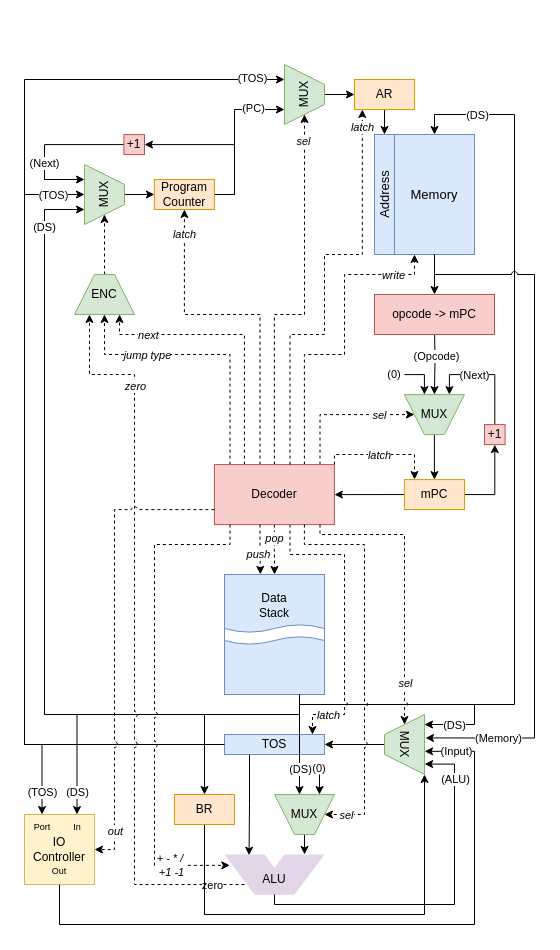
This is resources/arch.drawio from whatever125/stack_machine, a draw.io file, before an edit. Source tidied: cells renumbered, new cells numbered last; positions are measured from the earlier drawing's top-left corner, leaving out a move shared by most shapes. Both pictures are drawn from the tidied source at 100%, with x=0, y=0 at pixel (-6, 74).
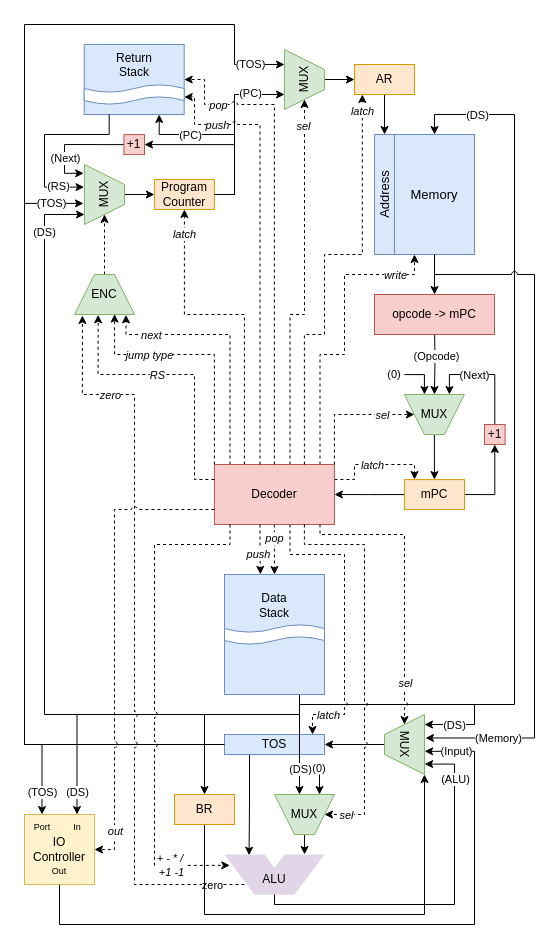
Above is the later version.

Commit message (it also covers changes not shown here):
add return stack

Unchanged cells that the change refers to:
```xml
<mxCell id="16" value="Program&lt;br&gt;Counter" style="rounded=0;whiteSpace=wrap;html=1;fillColor=#ffe6cc;strokeColor=#d79b00;" parent="1" vertex="1">
  <mxGeometry x="159.9" y="105" width="60" height="30" as="geometry" />
</mxCell>
<mxCell id="46" value="ALU" style="text;html=1;align=center;verticalAlign=middle;whiteSpace=wrap;rounded=0;" parent="43" vertex="1">
  <mxGeometry x="20" y="10" width="60" height="30" as="geometry" />
</mxCell>
<mxCell id="50" value="TOS" style="rounded=0;whiteSpace=wrap;html=1;fillColor=#dae8fc;strokeColor=#6c8ebf;gradientColor=none;strokeWidth=1;points=[[0,0,0,0,0],[0,0.25,0,0,0],[0,0.5,0,0,0],[0,0.75,0,0,0],[0,1,0,0,0],[0.25,0,0,0,0],[0.25,1,0,0,0],[0.5,0,0,0,0],[0.5,1,0,0,0],[0.75,0,0,0,0],[0.75,1,0,0,0],[0.88,0,0,0,0],[1,0,0,0,0],[1,0.25,0,0,0],[1,0.5,0,0,0],[1,0.75,0,0,0],[1,1,0,0,0]];" parent="1" vertex="1">
  <mxGeometry x="230" y="660" width="100" height="20" as="geometry" />
</mxCell>
<mxCell id="63" value="MUX" style="shape=trapezoid;perimeter=trapezoidPerimeter;whiteSpace=wrap;html=1;fixedSize=1;fillColor=#d5e8d4;strokeColor=#82b366;direction=west;rotation=-90;" parent="1" vertex="1">
  <mxGeometry x="80" y="100" width="60" height="40" as="geometry" />
</mxCell>
<mxCell id="72" value="Memory" style="rounded=0;whiteSpace=wrap;html=1;fontSize=13;fillColor=#dae8fc;strokeColor=#6c8ebf;" parent="71" vertex="1">
  <mxGeometry x="20" width="80" height="120" as="geometry" />
</mxCell>
<mxCell id="81" value="ENC" style="shape=trapezoid;perimeter=trapezoidPerimeter;whiteSpace=wrap;html=1;fixedSize=1;fillColor=#d5e8d4;strokeColor=#82b366;direction=east;" parent="1" vertex="1">
  <mxGeometry x="80" y="200" width="60" height="40" as="geometry" />
</mxCell>
<mxCell id="104" value="+1" style="rounded=0;whiteSpace=wrap;html=1;fillColor=#f8cecc;strokeColor=#b85450;" parent="1" vertex="1">
  <mxGeometry x="129.4" y="60.1" width="20.6" height="20" as="geometry" />
</mxCell>
```

The edit, as a diff of the source:
```diff
@@
     <mxCell id="2" style="edgeStyle=orthogonalEdgeStyle;rounded=0;jettySize=auto;html=1;exitX=0;exitY=0.5;exitDx=0;exitDy=0;entryX=0.25;entryY=1;entryDx=0;entryDy=0;" parent="1" edge="1" source="50" target="70">
       <mxGeometry relative="1" as="geometry">
         <Array as="points">
           <mxPoint x="30" y="670" />
-          <mxPoint x="30" y="5" />
+          <mxPoint x="30" y="-50" />
+          <mxPoint x="240" y="-50" />
+          <mxPoint x="240" y="-10" />
         </Array>
       </mxGeometry>
     </mxCell>
@@
-    <mxCell id="4" style="edgeStyle=orthogonalEdgeStyle;rounded=0;jettySize=auto;html=1;exitX=0;exitY=0.5;exitDx=0;exitDy=0;entryX=0.5;entryY=1;entryDx=0;entryDy=0;" parent="1" edge="1" source="50" target="63">
+    <mxCell id="4" style="edgeStyle=orthogonalEdgeStyle;rounded=0;jettySize=auto;html=1;exitX=0;exitY=0.5;exitDx=0;exitDy=0;entryX=0.648;entryY=1.025;entryDx=0;entryDy=0;entryPerimeter=0;" parent="1" edge="1" source="50" target="63">
       <mxGeometry relative="1" as="geometry">
         <Array as="points">
           <mxPoint x="30" y="670" />
-          <mxPoint x="30" y="120" />
+          <mxPoint x="30" y="129" />
         </Array>
       </mxGeometry>
     </mxCell>
@@
-    <mxCell id="6" style="edgeStyle=orthogonalEdgeStyle;rounded=0;jettySize=auto;html=1;exitX=0.75;exitY=1;exitDx=0;exitDy=0;entryX=0.75;entryY=1;entryDx=0;entryDy=0;jumpStyle=none;" parent="1" edge="1" source="52" target="63">
+    <mxCell id="6" style="edgeStyle=orthogonalEdgeStyle;rounded=0;jettySize=auto;html=1;exitX=0.75;exitY=1;exitDx=0;exitDy=0;jumpStyle=none;entryX=0.834;entryY=1;entryDx=0;entryDy=0;entryPerimeter=0;" parent="1" edge="1" source="52" target="63">
       <mxGeometry relative="1" as="geometry">
         <Array as="points">
           <mxPoint x="305" y="640" />
           <mxPoint x="50" y="640" />
-          <mxPoint x="50" y="135" />
+          <mxPoint x="50" y="140" />
         </Array>
       </mxGeometry>
     </mxCell>
@@
     <mxCell id="13" style="edgeStyle=orthogonalEdgeStyle;rounded=0;jettySize=auto;html=1;exitX=1;exitY=0.5;exitDx=0;exitDy=0;entryX=0.75;entryY=1;entryDx=0;entryDy=0;" parent="1" edge="1" source="16" target="70">
       <mxGeometry relative="1" as="geometry">
         <Array as="points">
           <mxPoint x="240" y="120" />
-          <mxPoint x="240" y="35" />
+          <mxPoint x="240" y="20" />
         </Array>
       </mxGeometry>
     </mxCell>
@@
-    <mxCell id="24" style="edgeStyle=orthogonalEdgeStyle;rounded=0;jettySize=auto;html=1;exitX=0.5;exitY=0;exitDx=0;exitDy=0;entryX=1;entryY=0.5;entryDx=0;entryDy=0;dashed=1;exitPerimeter=0;" parent="1" edge="1" source="42" target="70">
+    <mxCell id="24" style="edgeStyle=orthogonalEdgeStyle;rounded=0;jettySize=auto;html=1;exitX=0.63;exitY=0;exitDx=0;exitDy=0;entryX=1;entryY=0.5;entryDx=0;entryDy=0;dashed=1;exitPerimeter=0;" parent="1" edge="1" source="42" target="70">
       <mxGeometry relative="1" as="geometry">
         <Array as="points">
-          <mxPoint x="280" y="240" />
+          <mxPoint x="296" y="240" />
           <mxPoint x="310" y="240" />
         </Array>
       </mxGeometry>
     </mxCell>
@@
-    <mxCell id="26" style="edgeStyle=orthogonalEdgeStyle;rounded=0;jettySize=auto;html=1;exitX=0.25;exitY=0;exitDx=0;exitDy=0;entryX=0.75;entryY=1;entryDx=0;entryDy=0;dashed=1;exitPerimeter=0;" parent="1" edge="1" source="42" target="81">
+    <mxCell id="26" style="edgeStyle=orthogonalEdgeStyle;rounded=0;jettySize=auto;html=1;exitX=0.13;exitY=0;exitDx=0;exitDy=0;entryX=0.859;entryY=1.007;entryDx=0;entryDy=0;dashed=1;exitPerimeter=0;entryPerimeter=0;" parent="1" edge="1" source="42" target="81">
       <mxGeometry relative="1" as="geometry">
         <Array as="points">
-          <mxPoint x="250" y="260" />
-          <mxPoint x="125" y="260" />
+          <mxPoint x="236" y="260" />
+          <mxPoint x="132" y="260" />
         </Array>
       </mxGeometry>
     </mxCell>
@@
-    <mxCell id="28" style="edgeStyle=orthogonalEdgeStyle;rounded=0;jettySize=auto;html=1;exitX=0.88;exitY=0;exitDx=0;exitDy=0;entryX=1;entryY=0.5;entryDx=0;entryDy=0;dashed=1;exitPerimeter=0;" parent="1" edge="1" source="42" target="64">
+    <mxCell id="28" style="edgeStyle=orthogonalEdgeStyle;rounded=0;jettySize=auto;html=1;exitX=1;exitY=0;exitDx=0;exitDy=0;entryX=1;entryY=0.5;entryDx=0;entryDy=0;dashed=1;exitPerimeter=0;" parent="1" edge="1" source="42" target="64">
       <mxGeometry relative="1" as="geometry">
         <Array as="points">
-          <mxPoint x="326" y="340" />
+          <mxPoint x="340" y="340" />
         </Array>
       </mxGeometry>
     </mxCell>
@@
-    <mxCell id="30" style="edgeStyle=orthogonalEdgeStyle;rounded=0;jettySize=auto;html=1;exitX=0.13;exitY=0;exitDx=0;exitDy=0;entryX=0.5;entryY=1;entryDx=0;entryDy=0;dashed=1;exitPerimeter=0;" parent="1" edge="1" source="42" target="81">
+    <mxCell id="30" style="edgeStyle=orthogonalEdgeStyle;rounded=0;jettySize=auto;html=1;exitX=0;exitY=0;exitDx=0;exitDy=0;entryX=0.668;entryY=0.989;entryDx=0;entryDy=0;dashed=1;exitPerimeter=0;entryPerimeter=0;" parent="1" edge="1" source="42" target="81">
       <mxGeometry relative="1" as="geometry">
         <Array as="points">
-          <mxPoint x="236" y="280" />
-          <mxPoint x="110" y="280" />
+          <mxPoint x="220" y="280" />
+          <mxPoint x="120" y="280" />
         </Array>
       </mxGeometry>
     </mxCell>
@@
-    <mxCell id="32" style="edgeStyle=orthogonalEdgeStyle;rounded=0;jettySize=auto;html=1;exitX=0.38;exitY=0;exitDx=0;exitDy=0;exitPerimeter=0;entryX=0.5;entryY=1;entryDx=0;entryDy=0;dashed=1;" parent="1" edge="1" source="42" target="16">
+    <mxCell id="32" style="edgeStyle=orthogonalEdgeStyle;rounded=0;jettySize=auto;html=1;exitX=0.25;exitY=0;exitDx=0;exitDy=0;exitPerimeter=0;entryX=0.5;entryY=1;entryDx=0;entryDy=0;dashed=1;" parent="1" edge="1" source="42" target="16">
       <mxGeometry relative="1" as="geometry">
         <Array as="points">
-          <mxPoint x="266" y="240" />
+          <mxPoint x="250" y="240" />
           <mxPoint x="190" y="240" />
         </Array>
       </mxGeometry>
     </mxCell>
@@
-    <mxCell id="34" style="edgeStyle=orthogonalEdgeStyle;rounded=0;jettySize=auto;html=1;exitX=1;exitY=0;exitDx=0;exitDy=0;exitPerimeter=0;dashed=1;" parent="1" edge="1" source="42">
+    <mxCell id="34" style="edgeStyle=orthogonalEdgeStyle;rounded=0;jettySize=auto;html=1;exitX=1;exitY=0.25;exitDx=0;exitDy=0;exitPerimeter=0;dashed=1;" parent="1" edge="1" source="42">
       <mxGeometry relative="1" as="geometry">
         <mxPoint x="420" y="405" as="targetPoint" />
         <Array as="points">
-          <mxPoint x="340" y="380" />
-          <mxPoint x="420" y="380" />
-          <mxPoint x="420" y="405" />
+          <mxPoint x="360" y="405" />
+          <mxPoint x="360" y="390" />
+          <mxPoint x="420" y="390" />
         </Array>
       </mxGeometry>
     </mxCell>
@@
-    <mxCell id="40" style="edgeStyle=orthogonalEdgeStyle;rounded=0;jettySize=auto;html=1;exitX=0.75;exitY=0;exitDx=0;exitDy=0;exitPerimeter=0;entryX=0.25;entryY=1;entryDx=0;entryDy=0;dashed=1;" parent="1" edge="1" source="42" target="72">
+    <mxCell id="40" style="edgeStyle=orthogonalEdgeStyle;rounded=0;jettySize=auto;html=1;exitX=0.88;exitY=0;exitDx=0;exitDy=0;exitPerimeter=0;entryX=0.25;entryY=1;entryDx=0;entryDy=0;dashed=1;" parent="1" edge="1" source="42" target="72">
       <mxGeometry relative="1" as="geometry">
         <Array as="points">
-          <mxPoint x="310" y="280" />
+          <mxPoint x="326" y="280" />
           <mxPoint x="350" y="280" />
           <mxPoint x="350" y="200" />
           <mxPoint x="420" y="200" />
         </Array>
       </mxGeometry>
     </mxCell>
@@
     <mxCell id="42" value="Decoder" style="rounded=0;whiteSpace=wrap;html=1;fillColor=#f8cecc;strokeColor=#b85450;points=[[0,0,0,0,0],[0,0.25,0,0,0],[0,0.5,0,0,0],[0,0.75,0,0,0],[0,1,0,0,0],[0.13,0,0,0,0],[0.13,1,0,0,0],[0.25,0,0,0,0],[0.25,1,0,0,0],[0.38,0,0,0,0],[0.38,1,0,0,0],[0.5,0,0,0,0],[0.5,1,0,0,0],[0.63,0,0,0,0],[0.63,1,0,0,0],[0.75,0,0,0,0],[0.75,1,0,0,0],[0.88,0,0,0,0],[0.88,1,0,0,0],[1,0,0,0,0],[1,0.25,0,0,0],[1,0.5,0,0,0],[1,0.75,0,0,0],[1,1,0,0,0]];" parent="1" vertex="1">
-      <mxGeometry x="219.9" y="390.1" width="120" height="60" as="geometry" />
+      <mxGeometry x="219.9" y="390" width="120" height="60" as="geometry" />
     </mxCell>
@@
-    <mxCell id="51" style="group;" parent="1" vertex="1">
-      <mxGeometry x="230" y="500" width="100" height="120" as="geometry" />
-    </mxCell>
-    <mxCell id="52" value="&lt;div&gt;Data&lt;/div&gt;Stack&lt;div&gt;&lt;br&gt;&lt;/div&gt;&lt;div&gt;&lt;br&gt;&lt;/div&gt;&lt;div&gt;&lt;br&gt;&lt;/div&gt;&lt;div&gt;&lt;br&gt;&lt;/div&gt;" style="rounded=0;whiteSpace=wrap;html=1;fillColor=#dae8fc;strokeColor=#6c8ebf;points=[[0,0,0,0,0],[0,0.25,0,0,0],[0,0.5,0,0,0],[0,0.75,0,0,0],[0,1,0,0,0],[0.25,0,0,0,0],[0.25,1,0,0,0],[0.38,0,0,0,0],[0.5,0,0,0,0],[0.5,1,0,0,0],[0.75,0,0,0,0],[0.75,1,0,0,0],[1,0,0,0,0],[1,0.25,0,0,0],[1,0.5,0,0,0],[1,0.75,0,0,0],[1,1,0,0,0]];" parent="51" vertex="1">
-      <mxGeometry width="100" height="120" as="geometry" />
-    </mxCell>
-    <mxCell id="53" style="shape=tape;whiteSpace=wrap;html=1;strokeColor=#6c8ebf;" parent="51" vertex="1">
-      <mxGeometry y="50" width="100" height="20" as="geometry" />
-    </mxCell>
@@
     <mxCell id="64" value="MUX" style="shape=trapezoid;perimeter=trapezoidPerimeter;whiteSpace=wrap;html=1;fixedSize=1;fillColor=#d5e8d4;strokeColor=#82b366;direction=west;rotation=0;" parent="1" vertex="1">
-      <mxGeometry x="409.9" y="320.1" width="60" height="40" as="geometry" />
+      <mxGeometry x="409.9" y="320" width="60" height="40" as="geometry" />
     </mxCell>
     <mxCell id="65" style="edgeStyle=orthogonalEdgeStyle;rounded=0;orthogonalLoop=1;jettySize=auto;html=1;exitX=0.5;exitY=1;exitDx=0;exitDy=0;entryX=0;entryY=0.5;entryDx=0;entryDy=0;" parent="1" edge="1">
       <mxGeometry relative="1" as="geometry">
-        <mxPoint y="800" as="sourcePoint" />
+        <mxPoint y="690" as="sourcePoint" />
       </mxGeometry>
     </mxCell>
     <mxCell id="66" style="edgeStyle=orthogonalEdgeStyle;rounded=0;orthogonalLoop=1;jettySize=auto;html=1;exitX=0.5;exitY=0;exitDx=0;exitDy=0;entryX=0.5;entryY=0;entryDx=0;entryDy=0;" parent="1" edge="1">
       <mxGeometry relative="1" as="geometry">
-        <mxPoint y="740" as="sourcePoint" />
+        <mxPoint y="630" as="sourcePoint" />
       </mxGeometry>
     </mxCell>
@@
     <mxCell id="68" value="AR" style="rounded=0;whiteSpace=wrap;html=1;fillColor=#ffe6cc;strokeColor=#d79b00;points=[[0,0,0,0,0],[0,0.25,0,0,0],[0,0.5,0,0,0],[0,0.75,0,0,0],[0,1,0,0,0],[0.13,1,0,0,0],[0.25,0,0,0,0],[0.25,1,0,0,0],[0.5,0,0,0,0],[0.5,1,0,0,0],[0.75,0,0,0,0],[0.75,1,0,0,0],[1,0,0,0,0],[1,0.25,0,0,0],[1,0.5,0,0,0],[1,0.75,0,0,0],[1,1,0,0,0]];" parent="1" vertex="1">
-      <mxGeometry x="360" y="5" width="60" height="30" as="geometry" />
+      <mxGeometry x="360" y="-10" width="60" height="30" as="geometry" />
     </mxCell>
@@
     <mxCell id="70" value="MUX" style="shape=trapezoid;perimeter=trapezoidPerimeter;whiteSpace=wrap;html=1;fixedSize=1;fillColor=#d5e8d4;strokeColor=#82b366;direction=west;rotation=-90;" parent="1" vertex="1">
-      <mxGeometry x="280" width="60" height="40" as="geometry" />
+      <mxGeometry x="280" y="-15" width="60" height="40" as="geometry" />
     </mxCell>
@@
-    <mxCell id="84" style="edgeStyle=orthogonalEdgeStyle;rounded=0;jettySize=auto;html=1;entryX=0.25;entryY=1;entryDx=0;entryDy=0;jumpStyle=arc;exitX=0;exitY=0.667;exitDx=0;exitDy=0;exitPerimeter=0;dashed=1;" parent="1" edge="1" source="46" target="81">
+    <mxCell id="84" style="edgeStyle=orthogonalEdgeStyle;rounded=0;jettySize=auto;html=1;entryX=0.132;entryY=1.025;entryDx=0;entryDy=0;jumpStyle=arc;exitX=0;exitY=0.667;exitDx=0;exitDy=0;exitPerimeter=0;dashed=1;entryPerimeter=0;" parent="1" edge="1" source="46" target="81">
       <mxGeometry relative="1" as="geometry">
         <Array as="points">
           <mxPoint x="140" y="810" />
-          <mxPoint x="140" y="300" />
-          <mxPoint x="95" y="300" />
+          <mxPoint x="140" y="320" />
+          <mxPoint x="88" y="320" />
         </Array>
       </mxGeometry>
     </mxCell>
     <mxCell id="85" value="zero" style="edgeLabel;html=1;align=center;verticalAlign=middle;fontStyle=2;" parent="84" vertex="1">
-      <mxGeometry x="0.68" relative="1" as="geometry" />
+      <mxGeometry x="0.71" relative="1" as="geometry" />
     </mxCell>
@@
-    <mxCell id="89" style="edgeStyle=orthogonalEdgeStyle;rounded=0;jettySize=auto;html=1;exitX=0.63;exitY=0;exitDx=0;exitDy=0;exitPerimeter=0;entryX=0.13;entryY=1;entryDx=0;entryDy=0;entryPerimeter=0;dashed=1;" parent="1" edge="1" source="42" target="68">
+    <mxCell id="89" style="edgeStyle=orthogonalEdgeStyle;rounded=0;jettySize=auto;html=1;exitX=0.75;exitY=0;exitDx=0;exitDy=0;exitPerimeter=0;entryX=0.13;entryY=1;entryDx=0;entryDy=0;entryPerimeter=0;dashed=1;" parent="1" edge="1" source="42" target="68">
       <mxGeometry relative="1" as="geometry">
         <Array as="points">
-          <mxPoint x="296" y="260" />
+          <mxPoint x="310" y="260" />
           <mxPoint x="330" y="260" />
           <mxPoint x="330" y="180" />
           <mxPoint x="368" y="180" />
         </Array>
       </mxGeometry>
     </mxCell>
@@
-    <mxCell id="102" style="edgeStyle=orthogonalEdgeStyle;rounded=0;jettySize=auto;html=1;exitX=0;exitY=0.5;exitDx=0;exitDy=0;entryX=0.25;entryY=1;entryDx=0;entryDy=0;" parent="1" edge="1" source="104" target="63">
-      <mxGeometry relative="1" as="geometry">
-        <Array as="points">
-          <mxPoint x="50" y="70" />
-          <mxPoint x="50" y="105" />
-        </Array>
-      </mxGeometry>
+    <mxCell id="102" style="edgeStyle=orthogonalEdgeStyle;rounded=0;jettySize=auto;html=1;exitX=0;exitY=0.5;exitDx=0;exitDy=0;entryX=0.147;entryY=1.02;entryDx=0;entryDy=0;entryPerimeter=0;" parent="1" edge="1" source="104" target="63">
+      <mxGeometry relative="1" as="geometry" />
     </mxCell>
     <mxCell id="103" value="(Next)" style="edgeLabel;html=1;align=center;verticalAlign=middle;" parent="102" vertex="1">
-      <mxGeometry x="0.27" y="-1" relative="1" as="geometry" />
+      <mxGeometry x="0.36" relative="1" as="geometry" />
     </mxCell>
@@
     <mxCell id="107" value="+1" style="rounded=0;whiteSpace=wrap;html=1;fillColor=#f8cecc;strokeColor=#b85450;" parent="1" vertex="1">
-      <mxGeometry x="490" y="350.1" width="20.6" height="20" as="geometry" />
+      <mxGeometry x="490" y="350" width="20.6" height="20" as="geometry" />
     </mxCell>
@@
+    <mxCell id="115" value="&lt;div&gt;Return&lt;/div&gt;&lt;div&gt;Stack&lt;/div&gt;&lt;div&gt;&lt;br&gt;&lt;/div&gt;&lt;div&gt;&lt;br&gt;&lt;/div&gt;" style="rounded=0;whiteSpace=wrap;html=1;fillColor=#dae8fc;strokeColor=#6c8ebf;points=[[0,0,0,0,0],[0,0.25,0,0,0],[0,0.5,0,0,0],[0,0.75,0,0,0],[0,1,0,0,0],[0.25,0,0,0,0],[0.25,1,0,0,0],[0.38,0,0,0,0],[0.5,0,0,0,0],[0.5,1,0,0,0],[0.75,0,0,0,0],[0.75,1,0,0,0],[1,0,0,0,0],[1,0.25,0,0,0],[1,0.5,0,0,0],[1,0.75,0,0,0],[1,1,0,0,0]];" parent="1" vertex="1">
+      <mxGeometry x="89.7" y="-30" width="100" height="70" as="geometry" />
+    </mxCell>
+    <mxCell id="116" style="shape=tape;whiteSpace=wrap;html=1;strokeColor=#6c8ebf;" parent="1" vertex="1">
+      <mxGeometry x="89.7" y="10" width="100" height="20" as="geometry" />
+    </mxCell>
+    <mxCell id="117" style="group;" parent="1" vertex="1">
+      <mxGeometry x="230" y="500" width="100" height="120" as="geometry" />
+    </mxCell>
+    <mxCell id="52" value="&lt;div&gt;Data&lt;/div&gt;Stack&lt;div&gt;&lt;br&gt;&lt;/div&gt;&lt;div&gt;&lt;br&gt;&lt;/div&gt;&lt;div&gt;&lt;br&gt;&lt;/div&gt;&lt;div&gt;&lt;br&gt;&lt;/div&gt;" style="rounded=0;whiteSpace=wrap;html=1;fillColor=#dae8fc;strokeColor=#6c8ebf;points=[[0,0,0,0,0],[0,0.25,0,0,0],[0,0.5,0,0,0],[0,0.75,0,0,0],[0,1,0,0,0],[0.25,0,0,0,0],[0.25,1,0,0,0],[0.38,0,0,0,0],[0.5,0,0,0,0],[0.5,1,0,0,0],[0.75,0,0,0,0],[0.75,1,0,0,0],[1,0,0,0,0],[1,0.25,0,0,0],[1,0.5,0,0,0],[1,0.75,0,0,0],[1,1,0,0,0]];" parent="117" vertex="1">
+      <mxGeometry width="100" height="120" as="geometry" />
+    </mxCell>
+    <mxCell id="53" style="shape=tape;whiteSpace=wrap;html=1;strokeColor=#6c8ebf;" parent="117" vertex="1">
+      <mxGeometry y="50" width="100" height="20" as="geometry" />
+    </mxCell>
+    <mxCell id="118" style="edgeStyle=orthogonalEdgeStyle;rounded=0;jettySize=auto;html=1;exitX=1;exitY=0.5;exitDx=0;exitDy=0;entryX=0.75;entryY=1;entryDx=0;entryDy=0;entryPerimeter=0;" parent="1" edge="1" source="16" target="115">
+      <mxGeometry relative="1" as="geometry">
+        <Array as="points">
+          <mxPoint x="240" y="120" />
+          <mxPoint x="240" y="60" />
+          <mxPoint x="165" y="60" />
+        </Array>
+      </mxGeometry>
+    </mxCell>
+    <mxCell id="119" value="(PC)" style="edgeLabel;html=1;align=center;verticalAlign=middle;" parent="118" vertex="1">
+      <mxGeometry x="0.43" relative="1" as="geometry" />
+    </mxCell>
+    <mxCell id="120" style="edgeStyle=orthogonalEdgeStyle;rounded=0;jettySize=auto;html=1;exitX=0.25;exitY=1;exitDx=0;exitDy=0;exitPerimeter=0;entryX=0.377;entryY=1.011;entryDx=0;entryDy=0;entryPerimeter=0;" parent="1" edge="1" source="115" target="63">
+      <mxGeometry relative="1" as="geometry">
+        <Array as="points">
+          <mxPoint x="115" y="60" />
+          <mxPoint x="50" y="60" />
+          <mxPoint x="50" y="113" />
+        </Array>
+      </mxGeometry>
+    </mxCell>
+    <mxCell id="121" value="(RS)" style="edgeLabel;html=1;align=center;verticalAlign=middle;" parent="120" vertex="1">
+      <mxGeometry x="0.71" y="1" relative="1" as="geometry" />
+    </mxCell>
+    <mxCell id="122" style="edgeStyle=orthogonalEdgeStyle;rounded=0;jettySize=auto;html=1;exitX=0;exitY=0.25;exitDx=0;exitDy=0;exitPerimeter=0;entryX=0.394;entryY=1.007;entryDx=0;entryDy=0;entryPerimeter=0;dashed=1;" parent="1" edge="1" source="42" target="81">
+      <mxGeometry relative="1" as="geometry">
+        <Array as="points">
+          <mxPoint x="200" y="405" />
+          <mxPoint x="200" y="300" />
+          <mxPoint x="104" y="300" />
+        </Array>
+      </mxGeometry>
+    </mxCell>
+    <mxCell id="123" value="&lt;i&gt;RS&lt;/i&gt;" style="edgeLabel;html=1;align=center;verticalAlign=middle;" parent="122" vertex="1">
+      <mxGeometry x="0.15" relative="1" as="geometry" />
+    </mxCell>
+    <mxCell id="124" style="edgeStyle=orthogonalEdgeStyle;rounded=0;jettySize=auto;html=1;exitX=0.38;exitY=0;exitDx=0;exitDy=0;exitPerimeter=0;entryX=1;entryY=0.75;entryDx=0;entryDy=0;entryPerimeter=0;dashed=1;jumpStyle=arc;" parent="1" edge="1" source="42" target="115">
+      <mxGeometry relative="1" as="geometry">
+        <Array as="points">
+          <mxPoint x="266" y="50" />
+          <mxPoint x="200" y="50" />
+          <mxPoint x="200" y="22" />
+        </Array>
+      </mxGeometry>
+    </mxCell>
+    <mxCell id="125" value="&lt;i&gt;push&lt;/i&gt;" style="edgeLabel;html=1;align=center;verticalAlign=middle;" parent="124" vertex="1">
+      <mxGeometry x="0.73" relative="1" as="geometry" />
+    </mxCell>
+    <mxCell id="126" style="edgeStyle=orthogonalEdgeStyle;rounded=0;jettySize=auto;html=1;exitX=0.5;exitY=0;exitDx=0;exitDy=0;exitPerimeter=0;entryX=1;entryY=0.5;entryDx=0;entryDy=0;entryPerimeter=0;dashed=1;jumpStyle=arc;" parent="1" edge="1" source="42" target="115">
+      <mxGeometry relative="1" as="geometry">
+        <Array as="points">
+          <mxPoint x="280" y="30" />
+          <mxPoint x="210" y="30" />
+          <mxPoint x="210" y="5" />
+        </Array>
+      </mxGeometry>
+    </mxCell>
+    <mxCell id="127" value="&lt;i&gt;pop&lt;/i&gt;" style="edgeLabel;html=1;align=center;verticalAlign=middle;" parent="126" vertex="1">
+      <mxGeometry x="0.75" relative="1" as="geometry" />
+    </mxCell>
```
